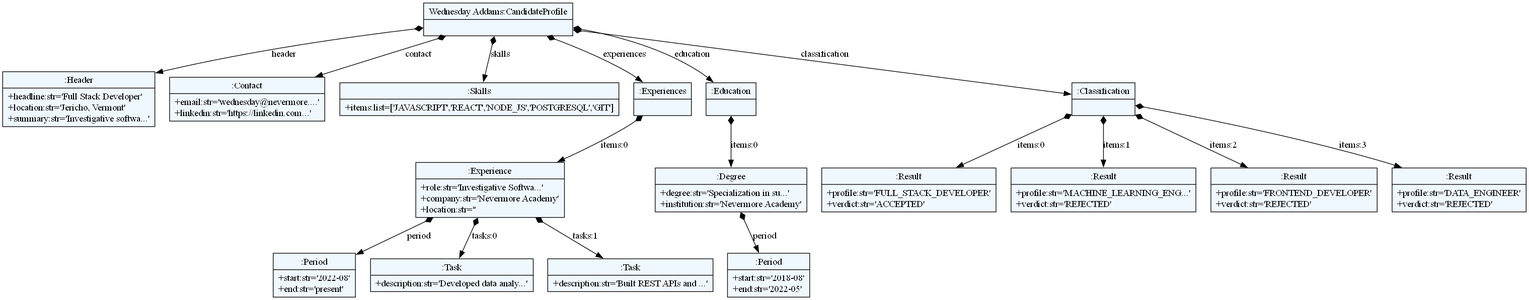
Before: docs/diagrams/resume_01_tree.dot.png, a diagram exported from Graphviz (brynzd/ResumeLens). Its source is kept beside it as docs/diagrams/resume_01_tree.dot.
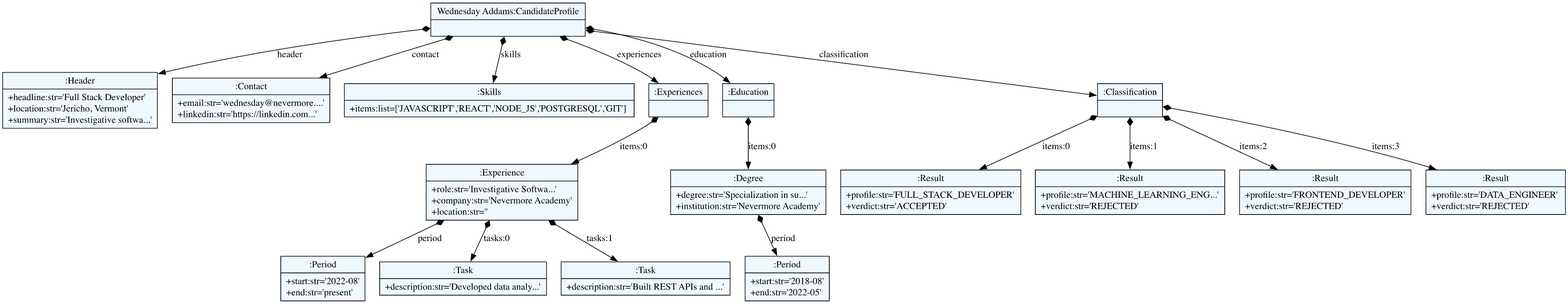
Above is the later version.

Commit message:
docs: generate every diagram from the code

What changed in the source:
```diff
@@ -10,38 +10,38 @@
     edge[dir=black,arrowtail=empty]
 
 
-2967135871936 -> 2967135866560 [label="header" arrowtail=diamond dir=both]
-2967135866560[label="{:Header|+headline:str='Full Stack Developer'\l+location:str='Jericho, Vermont'\l+summary:str='Investigative softwa...'\l}"]
-2967135871936 -> 2967135867568 [label="contact" arrowtail=diamond dir=both]
-2967135867568[label="{:Contact|+email:str='wednesday@nevermore....'\l+linkedin:str='https://linkedin.com...'\l}"]
-2967135871936 -> 2967135866896 [label="skills" arrowtail=diamond dir=both]
-2967135866896[label="{:Skills|+items:list=['JAVASCRIPT','REACT','NODE_JS','POSTGRESQL','GIT']\l}"]
-2967135871936 -> 2967135870256 [label="experiences" arrowtail=diamond dir=both]
-2967135870256 -> 2967135871264 [label="items:0" arrowtail=diamond dir=both]
-2967135871264 -> 2967135867232 [label="period" arrowtail=diamond dir=both]
-2967135867232[label="{:Period|+start:str='2022-08'\l+end:str='present'\l}"]
-2967135871264 -> 2967135869584 [label="tasks:0" arrowtail=diamond dir=both]
-2967135869584[label="{:Task|+description:str='Developed data analy...'\l}"]
-2967135871264 -> 2967134236944 [label="tasks:1" arrowtail=diamond dir=both]
-2967134236944[label="{:Task|+description:str='Built REST APIs and ...'\l}"]
-2967135871264[label="{:Experience|+role:str='Investigative Softwa...'\l+company:str='Nevermore Academy'\l+location:str=''\l}"]
-2967135870256[label="{:Experiences|}"]
-2967135871936 -> 2967135870928 [label="education" arrowtail=diamond dir=both]
-2967135870928 -> 2967135870592 [label="items:0" arrowtail=diamond dir=both]
-2967135870592 -> 2967134237264 [label="period" arrowtail=diamond dir=both]
-2967134237264[label="{:Period|+start:str='2018-08'\l+end:str='2022-05'\l}"]
-2967135870592[label="{:Degree|+degree:str='Specialization in su...'\l+institution:str='Nevermore Academy'\l}"]
-2967135870928[label="{:Education|}"]
-2967135871936 -> 2967135872944 [label="classification" arrowtail=diamond dir=both]
-2967135872944 -> 2967135872608 [label="items:0" arrowtail=diamond dir=both]
-2967135872608[label="{:Result|+profile:str='FULL_STACK_DEVELOPER'\l+verdict:str='ACCEPTED'\l}"]
-2967135872944 -> 2967134237584 [label="items:1" arrowtail=diamond dir=both]
-2967134237584[label="{:Result|+profile:str='MACHINE_LEARNING_ENG...'\l+verdict:str='REJECTED'\l}"]
-2967135872944 -> 2967134237904 [label="items:2" arrowtail=diamond dir=both]
-2967134237904[label="{:Result|+profile:str='FRONTEND_DEVELOPER'\l+verdict:str='REJECTED'\l}"]
-2967135872944 -> 2967134026672 [label="items:3" arrowtail=diamond dir=both]
-2967134026672[label="{:Result|+profile:str='DATA_ENGINEER'\l+verdict:str='REJECTED'\l}"]
-2967135872944[label="{:Classification|}"]
-2967135871936[label="{Wednesday Addams:CandidateProfile|}"]
+n1 -> n2 [label="header" arrowtail=diamond dir=both]
+n2[label="{:Header|+headline:str='Full Stack Developer'\l+location:str='Jericho, Vermont'\l+summary:str='Investigative softwa...'\l}"]
+n1 -> n3 [label="contact" arrowtail=diamond dir=both]
+n3[label="{:Contact|+email:str='wednesday@nevermore....'\l+linkedin:str='https://linkedin.com...'\l}"]
+n1 -> n4 [label="skills" arrowtail=diamond dir=both]
+n4[label="{:Skills|+items:list=['JAVASCRIPT','REACT','NODE_JS','POSTGRESQL','GIT']\l}"]
+n1 -> n5 [label="experiences" arrowtail=diamond dir=both]
+n5 -> n6 [label="items:0" arrowtail=diamond dir=both]
+n6 -> n7 [label="period" arrowtail=diamond dir=both]
+n7[label="{:Period|+start:str='2022-08'\l+end:str='present'\l}"]
+n6 -> n8 [label="tasks:0" arrowtail=diamond dir=both]
+n8[label="{:Task|+description:str='Developed data analy...'\l}"]
+n6 -> n9 [label="tasks:1" arrowtail=diamond dir=both]
+n9[label="{:Task|+description:str='Built REST APIs and ...'\l}"]
+n6[label="{:Experience|+role:str='Investigative Softwa...'\l+company:str='Nevermore Academy'\l+location:str=''\l}"]
+n5[label="{:Experiences|}"]
+n1 -> n10 [label="education" arrowtail=diamond dir=both]
+n10 -> n11 [label="items:0" arrowtail=diamond dir=both]
+n11 -> n12 [label="period" arrowtail=diamond dir=both]
+n12[label="{:Period|+start:str='2018-08'\l+end:str='2022-05'\l}"]
+n11[label="{:Degree|+degree:str='Specialization in su...'\l+institution:str='Nevermore Academy'\l}"]
+n10[label="{:Education|}"]
+n1 -> n13 [label="classification" arrowtail=diamond dir=both]
+n13 -> n14 [label="items:0" arrowtail=diamond dir=both]
+n14[label="{:Result|+profile:str='FULL_STACK_DEVELOPER'\l+verdict:str='ACCEPTED'\l}"]
+n13 -> n15 [label="items:1" arrowtail=diamond dir=both]
+n15[label="{:Result|+profile:str='MACHINE_LEARNING_ENG...'\l+verdict:str='REJECTED'\l}"]
+n13 -> n16 [label="items:2" arrowtail=diamond dir=both]
+n16[label="{:Result|+profile:str='FRONTEND_DEVELOPER'\l+verdict:str='REJECTED'\l}"]
+n13 -> n17 [label="items:3" arrowtail=diamond dir=both]
+n17[label="{:Result|+profile:str='DATA_ENGINEER'\l+verdict:str='REJECTED'\l}"]
+n13[label="{:Classification|}"]
+n1[label="{Wednesday Addams:CandidateProfile|}"]
 
 }
```
